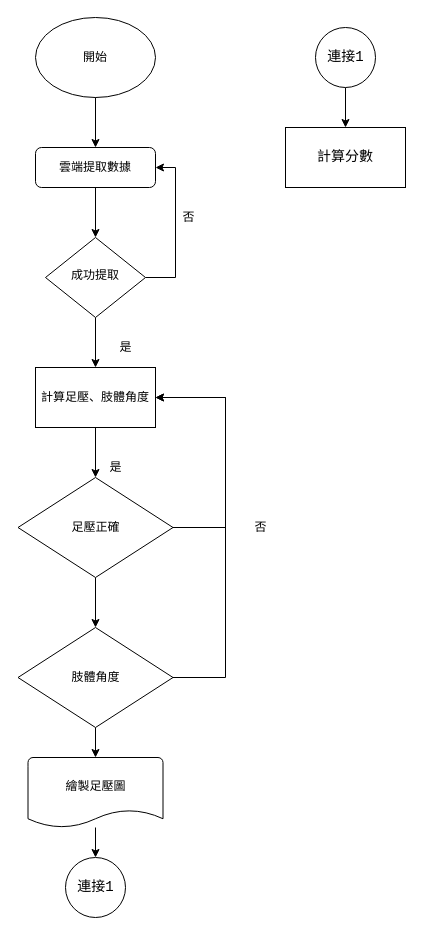
The draw.io diagram Untitled Diagram.drawio in kelly1117ws/sql_project, before the edit. Source tidied: cells renumbered, new cells numbered last; positions are measured from the earlier drawing's top-left corner, leaving out a move shared by most shapes. Both pictures are drawn from the tidied source at 100%, with x=0, y=0 at pixel (17, 17).
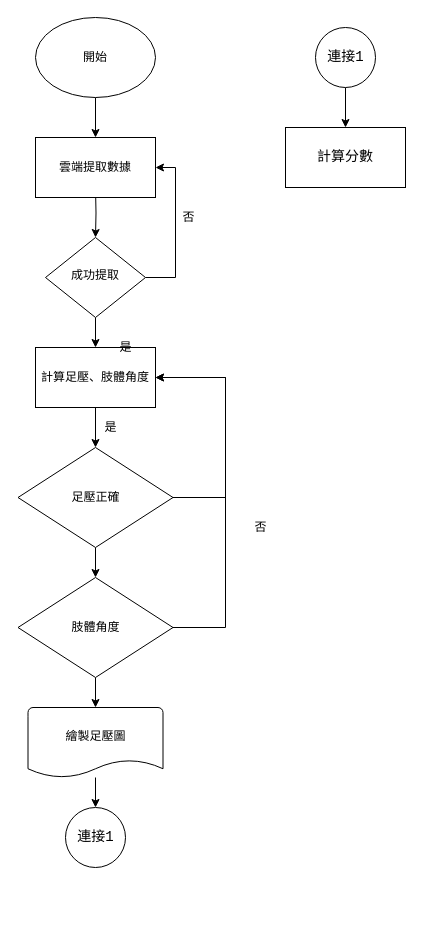
The same diagram, later.

The change refers to these unchanged cells:
```xml
<mxCell id="6" value="成功提取" style="rhombus;whiteSpace=wrap;html=1;shadow=0;fontFamily=Helvetica;fontSize=12;align=center;strokeWidth=1;spacing=6;spacingTop=-4;" parent="1" vertex="1">
  <mxGeometry x="28" y="220" width="100" height="80" as="geometry" />
</mxCell>
<mxCell id="7" style="ellipse;whiteSpace=wrap;html=1;shadow=0;" parent="1" vertex="1">
  <mxGeometry x="18" width="120" height="80" as="geometry" />
</mxCell>
```

Change to the diagram source:
```diff
@@
-    <mxCell id="2" style="edgeStyle=orthogonalEdgeStyle;rounded=0;jettySize=auto;html=1;" parent="1" edge="1" source="3" target="6">
-      <mxGeometry relative="1" as="geometry" />
+    <mxCell id="2" style="edgeStyle=orthogonalEdgeStyle;rounded=0;jettySize=auto;html=1;" parent="1" edge="1" target="6">
+      <mxGeometry relative="1" as="geometry">
+        <mxPoint x="78" y="170" as="sourcePoint" />
+      </mxGeometry>
     </mxCell>
-    <mxCell id="3" value="雲端提取數據" style="rounded=1;whiteSpace=wrap;html=1;fontSize=12;glass=0;strokeWidth=1;shadow=0;" parent="1" vertex="1">
-      <mxGeometry x="18" y="130" width="120" height="40" as="geometry" />
-    </mxCell>
@@
-    <mxCell id="5" style="edgeStyle=orthogonalEdgeStyle;rounded=0;jettySize=auto;html=1;entryX=1;entryY=0.5;entryDx=0;entryDy=0;" parent="1" edge="1" source="6" target="3">
+    <mxCell id="5" style="edgeStyle=orthogonalEdgeStyle;rounded=0;jettySize=auto;html=1;entryX=1;entryY=0.5;entryDx=0;entryDy=0;" parent="1" edge="1" source="6">
       <mxGeometry relative="1" as="geometry">
+        <mxPoint x="138" y="150" as="targetPoint" />
         <Array as="points">
           <mxPoint x="158" y="260" />
           <mxPoint x="158" y="150" />
         </Array>
       </mxGeometry>
     </mxCell>
@@
+    <mxCell id="9" style="edgeStyle=orthogonalEdgeStyle;rounded=0;jettySize=auto;html=1;fontFamily=Courier New;fontSize=14;" parent="1" edge="1" source="7" target="3">
+      <mxGeometry relative="1" as="geometry" />
+    </mxCell>
@@
-    <mxCell id="9" style="endArrow=classic;html=1;rounded=0;exitX=0.5;exitY=1;exitDx=0;exitDy=0;entryX=0.5;entryY=0;entryDx=0;entryDy=0;" parent="1" edge="1" source="7" target="3">
-      <mxGeometry relative="1" as="geometry" />
-    </mxCell>
@@
     <mxCell id="11" value="計算足壓、&lt;span style=&quot;text-align: right&quot;&gt;肢體角度&lt;/span&gt;" style="rounded=0;whiteSpace=wrap;html=1;shadow=0;" parent="1" vertex="1">
-      <mxGeometry x="18" y="350" width="120" height="60" as="geometry" />
+      <mxGeometry x="18" y="330" width="120" height="60" as="geometry" />
     </mxCell>
     <mxCell id="12" style="edgeStyle=orthogonalEdgeStyle;rounded=0;jettySize=auto;html=1;entryX=1;entryY=0.5;entryDx=0;entryDy=0;" parent="1" edge="1" source="14" target="11">
       <mxGeometry relative="1" as="geometry">
         <Array as="points">
-          <mxPoint x="208" y="510" />
-          <mxPoint x="208" y="380" />
+          <mxPoint x="208" y="480" />
+          <mxPoint x="208" y="360" />
         </Array>
       </mxGeometry>
     </mxCell>
@@
     <mxCell id="14" value="足壓正確" style="rhombus;whiteSpace=wrap;html=1;rounded=0;shadow=0;" parent="1" vertex="1">
-      <mxGeometry x="0.5" y="460" width="155" height="100" as="geometry" />
+      <mxGeometry x="0.5" y="430" width="155" height="100" as="geometry" />
     </mxCell>
@@
     <mxCell id="18" value="是" style="text;html=1;align=center;verticalAlign=middle;strokeColor=none;fillColor=none;" parent="1" vertex="1">
-      <mxGeometry x="83" y="440" width="30" height="20" as="geometry" />
+      <mxGeometry x="78" y="400" width="30" height="20" as="geometry" />
     </mxCell>
     <mxCell id="19" style="edgeStyle=orthogonalEdgeStyle;rounded=0;jettySize=auto;html=1;" parent="1" edge="1" source="21">
       <mxGeometry relative="1" as="geometry">
-        <mxPoint x="138" y="380" as="targetPoint" />
+        <mxPoint x="138" y="360" as="targetPoint" />
         <Array as="points">
-          <mxPoint x="208" y="660" />
-          <mxPoint x="208" y="380" />
+          <mxPoint x="208" y="610" />
+          <mxPoint x="208" y="360" />
         </Array>
       </mxGeometry>
     </mxCell>
@@
     <mxCell id="21" value="肢體角度" style="rhombus;whiteSpace=wrap;html=1;rounded=0;shadow=0;" parent="1" vertex="1">
-      <mxGeometry x="0.5" y="610" width="155" height="100" as="geometry" />
+      <mxGeometry x="0.5" y="560" width="155" height="100" as="geometry" />
     </mxCell>
@@
     <mxCell id="23" value="&lt;p style=&quot;line-height: 0.6&quot;&gt;繪製足壓圖&lt;/p&gt;" style="strokeWidth=1;html=1;shape=mxgraph.flowchart.document2;whiteSpace=wrap;size=0.25;shadow=0;align=center;verticalAlign=top;spacing=9;" parent="1" vertex="1">
-      <mxGeometry x="10.5" y="740" width="135" height="70" as="geometry" />
+      <mxGeometry x="10.5" y="690" width="135" height="70" as="geometry" />
     </mxCell>
     <mxCell id="24" style="verticalLabelPosition=bottom;verticalAlign=top;html=1;shape=mxgraph.flowchart.on-page_reference;shadow=0;fontFamily=Courier New;fontSize=14;strokeWidth=1;" parent="1" vertex="1">
-      <mxGeometry x="48" y="840" width="60" height="60" as="geometry" />
+      <mxGeometry x="48" y="790" width="60" height="60" as="geometry" />
     </mxCell>
     <mxCell id="25" value="連接1" style="text;html=1;align=center;verticalAlign=middle;strokeColor=none;fillColor=none;fontSize=14;fontFamily=Courier New;" parent="1" vertex="1">
-      <mxGeometry x="53" y="860" width="50" height="20" as="geometry" />
+      <mxGeometry x="53" y="810" width="50" height="20" as="geometry" />
     </mxCell>
@@
+    <mxCell id="3" value="&lt;span&gt;雲端提取數據&lt;/span&gt;" style="whiteSpace=wrap;html=1;shadow=0;" parent="1" vertex="1">
+      <mxGeometry x="18" y="120" width="120" height="60" as="geometry" />
+    </mxCell>
```
